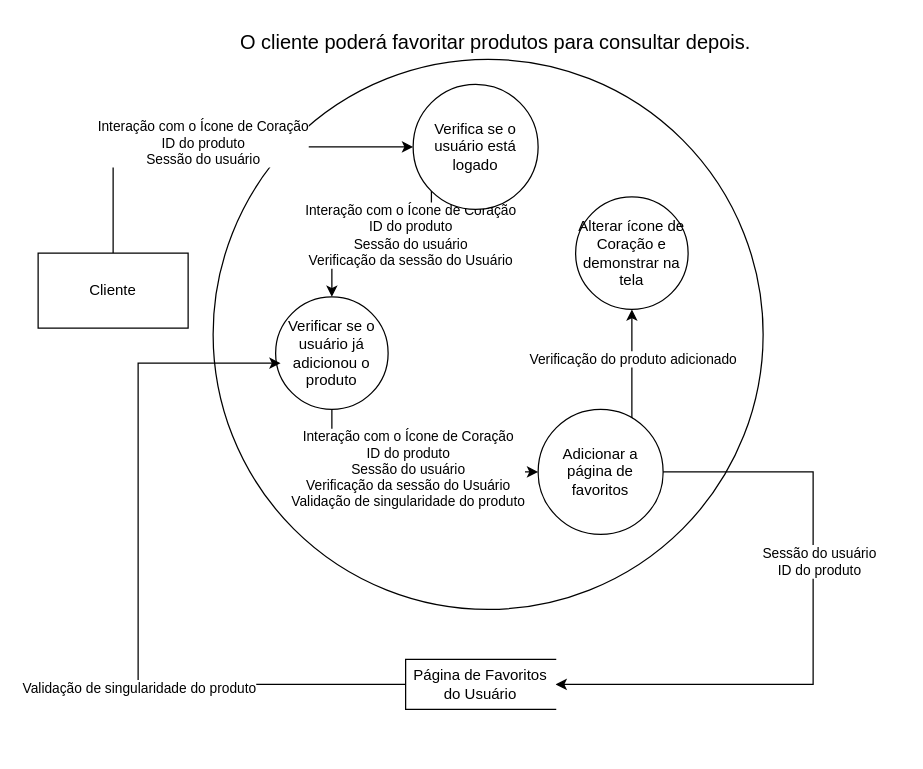
Before: page "Página-5" (5 of 15) of diagramas.drawio.xml in JoaoRibeiro-V/BazarOnline, a draw.io diagram. Source tidied: cells renumbered, new cells numbered last; positions are measured from the earlier drawing's top-left corner, leaving out a move shared by most shapes. Both pictures are drawn from the tidied source at 125%, with x=0, y=0 at pixel (38, 21).
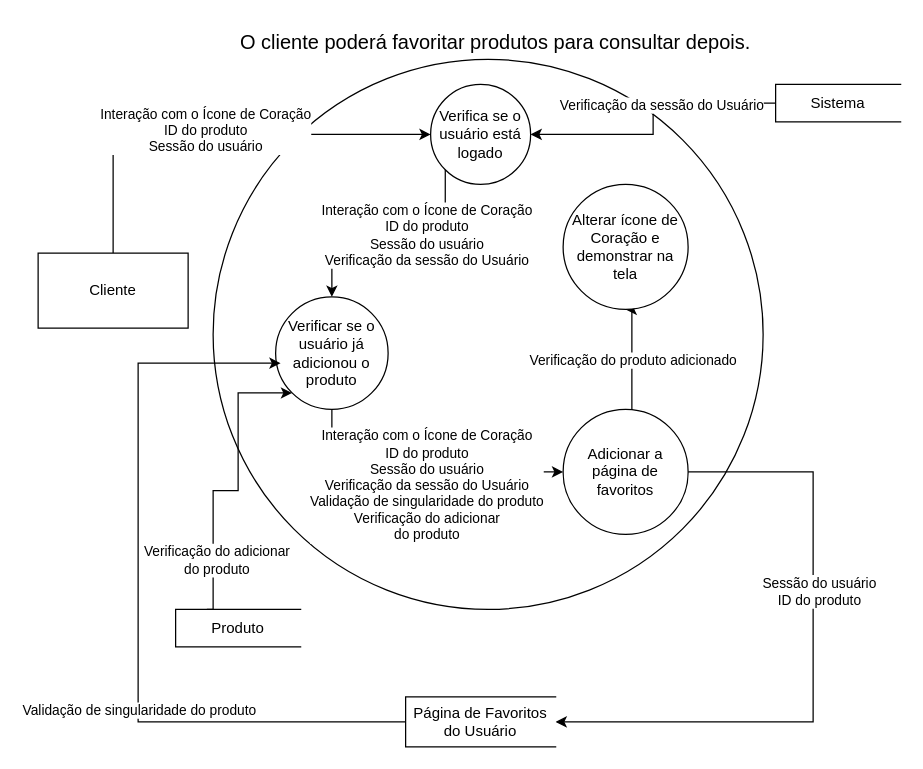
Above is the later version.

Unchanged cells that the change refers to:
```xml
<mxCell id="10" style="edgeStyle=orthogonalEdgeStyle;rounded=0;jettySize=auto;html=1;exitX=0.5;exitY=1;exitDx=0;exitDy=0;entryX=0;entryY=0.5;entryDx=0;entryDy=0;" parent="1" edge="1" source="12" target="17">
  <mxGeometry relative="1" as="geometry" />
</mxCell>
<mxCell id="12" value="Verificar se o usuário já adicionou o produto" style="shape=ellipse;html=1;dashed=0;whiteSpace=wrap;perimeter=ellipsePerimeter;" parent="1" vertex="1">
  <mxGeometry x="190" y="220" width="90" height="90" as="geometry" />
</mxCell>
```

Change to the diagram source:
```diff
@@
-    <mxCell id="9" value="Verifica se o usuário está logado" style="shape=ellipse;html=1;dashed=0;whiteSpace=wrap;perimeter=ellipsePerimeter;" parent="1" vertex="1">
-      <mxGeometry x="300" y="50" width="100" height="100" as="geometry" />
+    <mxCell id="9" value="Verifica se o usuário está logado" style="shape=ellipse;html=1;dashed=0;whiteSpace=wrap;perimeter=ellipsePerimeter;fillColor=none;" parent="1" vertex="1">
+      <mxGeometry x="314" y="50" width="80" height="80" as="geometry" />
     </mxCell>
@@
-    <mxCell id="11" value="Interação com o Ícone de Coração&lt;div&gt;ID do produto&lt;br&gt;&lt;div&gt;&lt;div&gt;Sessão do usuário&lt;/div&gt;&lt;div&gt;Verificação da sessão do Usuário&lt;/div&gt;&lt;/div&gt;&lt;div&gt;Validação de singularidade do produto&lt;br&gt;&lt;/div&gt;&lt;/div&gt;" style="edgeLabel;html=1;align=center;verticalAlign=middle;" parent="10" vertex="1">
-      <mxGeometry x="0.02" y="3" relative="1" as="geometry" />
+    <mxCell id="11" value="Interação com o Ícone de Coração&lt;div&gt;ID do produto&lt;br&gt;&lt;div&gt;&lt;div&gt;Sessão do usuário&lt;/div&gt;&lt;div&gt;Verificação da sessão do Usuário&lt;/div&gt;&lt;/div&gt;&lt;div&gt;Validação de singularidade do produto&lt;br&gt;&lt;/div&gt;&lt;/div&gt;&lt;div&gt;Verificação do adicionar&lt;div&gt;do produto&lt;/div&gt;&lt;/div&gt;" style="edgeLabel;html=1;align=center;verticalAlign=middle;" parent="10" vertex="1">
+      <mxGeometry x="0.02" y="3" relative="1" as="geometry">
+        <mxPoint x="5" y="13" as="offset" />
+      </mxGeometry>
     </mxCell>
@@
     <mxCell id="15" style="edgeStyle=orthogonalEdgeStyle;rounded=0;jettySize=auto;html=1;entryX=1;entryY=0.5;entryDx=0;entryDy=0;" parent="1" edge="1" source="17" target="19">
       <mxGeometry relative="1" as="geometry">
         <Array as="points">
           <mxPoint x="620" y="360" />
-          <mxPoint x="620" y="530" />
+          <mxPoint x="620" y="560" />
         </Array>
       </mxGeometry>
     </mxCell>
@@
     <mxCell id="17" value="Adicionar a página de favoritos" style="shape=ellipse;html=1;dashed=0;whiteSpace=wrap;perimeter=ellipsePerimeter;" parent="1" vertex="1">
-      <mxGeometry x="400" y="310" width="100" height="100" as="geometry" />
+      <mxGeometry x="420" y="310" width="100" height="100" as="geometry" />
     </mxCell>
     <mxCell id="18" value="Alterar ícone de Coração e demonstrar na tela" style="shape=ellipse;html=1;dashed=0;whiteSpace=wrap;perimeter=ellipsePerimeter;" parent="1" vertex="1">
-      <mxGeometry x="430" y="140" width="90" height="90" as="geometry" />
+      <mxGeometry x="420" y="130" width="100" height="100" as="geometry" />
     </mxCell>
     <mxCell id="19" value="Página de Favoritos do Usuário" style="html=1;dashed=0;whiteSpace=wrap;shape=partialRectangle;right=0;" parent="1" vertex="1">
-      <mxGeometry x="294" y="510" width="120" height="40" as="geometry" />
+      <mxGeometry x="294" y="540" width="120" height="40" as="geometry" />
     </mxCell>
@@
+    <mxCell id="22" style="edgeStyle=orthogonalEdgeStyle;rounded=0;jettySize=auto;html=1;exitX=0;exitY=0.5;exitDx=0;exitDy=0;entryX=1;entryY=0.5;entryDx=0;entryDy=0;" parent="1" edge="1" source="24" target="9">
+      <mxGeometry relative="1" as="geometry" />
+    </mxCell>
+    <mxCell id="23" value="Verificação da sessão do Usuário" style="edgeLabel;html=1;align=center;verticalAlign=middle;" parent="22" vertex="1">
+      <mxGeometry x="-0.17" y="1" relative="1" as="geometry" />
+    </mxCell>
+    <mxCell id="24" value="Sistema" style="html=1;dashed=0;whiteSpace=wrap;shape=partialRectangle;right=0;" parent="1" vertex="1">
+      <mxGeometry x="590" y="50" width="100" height="30" as="geometry" />
+    </mxCell>
+    <mxCell id="25" style="edgeStyle=orthogonalEdgeStyle;rounded=0;jettySize=auto;html=1;exitX=0.25;exitY=0;exitDx=0;exitDy=0;entryX=0;entryY=1;entryDx=0;entryDy=0;" parent="1" edge="1" source="27" target="12">
+      <mxGeometry relative="1" as="geometry">
+        <Array as="points">
+          <mxPoint x="140" y="470" />
+          <mxPoint x="140" y="375" />
+          <mxPoint x="160" y="375" />
+          <mxPoint x="160" y="297" />
+        </Array>
+      </mxGeometry>
+    </mxCell>
+    <mxCell id="26" value="Verificação do adicionar&lt;div&gt;do produto&lt;/div&gt;" style="edgeLabel;html=1;align=center;verticalAlign=middle;" parent="25" vertex="1">
+      <mxGeometry x="-0.27" y="3" relative="1" as="geometry">
+        <mxPoint x="5" y="43" as="offset" />
+      </mxGeometry>
+    </mxCell>
+    <mxCell id="27" value="Produto" style="html=1;dashed=0;whiteSpace=wrap;shape=partialRectangle;right=0;" parent="1" vertex="1">
+      <mxGeometry x="110" y="470" width="100" height="30" as="geometry" />
+    </mxCell>
```
